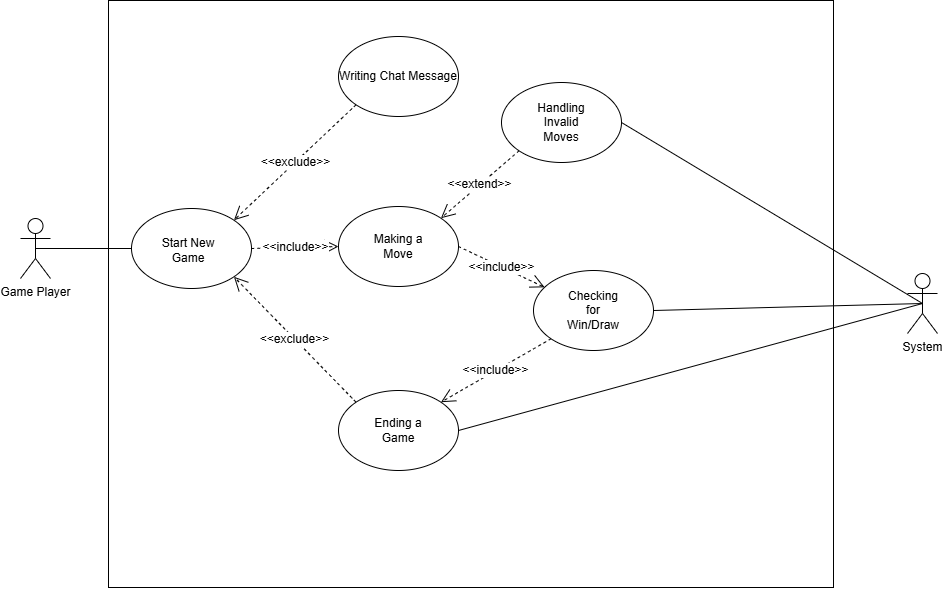
Earlier version of the draw.io export Game Logic Team Files/use_case_diagram_connect4.png (kelsierfin/BasicGamingPlatform). Source tidied: cells renumbered, new cells last; positions are measured from the earlier drawing's top-left corner, leaving out a move shared by most shapes. Source of this version:
```xml
<mxGraphModel>
  <root>
    <mxCell id="0" />
    <mxCell id="1" parent="0" />
    <mxCell id="2" style="rounded=0;whiteSpace=wrap;html=1;" parent="1" vertex="1">
      <mxGeometry x="88" width="725" height="587" as="geometry" />
    </mxCell>
    <mxCell id="3" value="Game Player" style="shape=umlActor;verticalLabelPosition=bottom;verticalAlign=top;html=1;outlineConnect=0;" parent="1" vertex="1">
      <mxGeometry y="218" width="30" height="60" as="geometry" />
    </mxCell>
    <mxCell id="4" style="endArrow=none;html=1;rounded=0;fontSize=12;startSize=8;endSize=8;curved=1;exitX=0.5;exitY=0.5;exitDx=0;exitDy=0;exitPerimeter=0;entryX=0;entryY=0.5;entryDx=0;entryDy=0;" parent="1" edge="1" source="3" target="9">
      <mxGeometry relative="1" as="geometry" />
    </mxCell>
    <mxCell id="5" style="group;" parent="1" vertex="1">
      <mxGeometry x="318" y="206" width="120" height="80" as="geometry" />
    </mxCell>
    <mxCell id="6" style="ellipse;whiteSpace=wrap;html=1;" parent="5" vertex="1">
      <mxGeometry width="120" height="80" as="geometry" />
    </mxCell>
    <mxCell id="7" value="Making a Move" style="text;html=1;align=center;verticalAlign=middle;whiteSpace=wrap;rounded=0;" parent="5" vertex="1">
      <mxGeometry x="30" y="25" width="60" height="30" as="geometry" />
    </mxCell>
    <mxCell id="8" style="group;" parent="1" vertex="1">
      <mxGeometry x="111" y="208" width="120" height="80" as="geometry" />
    </mxCell>
    <mxCell id="9" style="ellipse;whiteSpace=wrap;html=1;" parent="8" vertex="1">
      <mxGeometry width="120" height="80" as="geometry" />
    </mxCell>
    <mxCell id="10" value="Start New Game" style="text;html=1;align=center;verticalAlign=middle;whiteSpace=wrap;rounded=0;" parent="8" vertex="1">
      <mxGeometry x="27" y="27" width="60" height="30" as="geometry" />
    </mxCell>
    <mxCell id="11" style="group;" parent="1" vertex="1">
      <mxGeometry x="318" y="390" width="120" height="80" as="geometry" />
    </mxCell>
    <mxCell id="12" style="ellipse;whiteSpace=wrap;html=1;" parent="11" vertex="1">
      <mxGeometry width="120" height="80" as="geometry" />
    </mxCell>
    <mxCell id="13" value="Ending a Game" style="text;html=1;align=center;verticalAlign=middle;whiteSpace=wrap;rounded=0;" parent="11" vertex="1">
      <mxGeometry x="30" y="25" width="60" height="30" as="geometry" />
    </mxCell>
    <mxCell id="14" style="edgeStyle=none;curved=1;rounded=0;orthogonalLoop=1;jettySize=auto;html=1;exitX=0.5;exitY=1;exitDx=0;exitDy=0;fontSize=12;startSize=8;endSize=8;" parent="1" edge="1" source="2" target="2">
      <mxGeometry relative="1" as="geometry" />
    </mxCell>
    <mxCell id="15" value="&amp;lt;&amp;lt;include&amp;gt;&amp;gt;" style="endArrow=open;endSize=12;dashed=1;html=1;rounded=0;fontSize=12;curved=1;exitX=1;exitY=0.5;exitDx=0;exitDy=0;" parent="1" edge="1" source="6" target="17">
      <mxGeometry relative="1" as="geometry" />
    </mxCell>
    <mxCell id="16" style="group;" parent="1" vertex="1">
      <mxGeometry x="513" y="270" width="120" height="80" as="geometry" />
    </mxCell>
    <mxCell id="17" style="ellipse;whiteSpace=wrap;html=1;" parent="16" vertex="1">
      <mxGeometry width="120" height="80" as="geometry" />
    </mxCell>
    <mxCell id="18" value="Checking for Win/Draw" style="text;html=1;align=center;verticalAlign=middle;whiteSpace=wrap;rounded=0;" parent="16" vertex="1">
      <mxGeometry x="30" y="25" width="60" height="30" as="geometry" />
    </mxCell>
    <mxCell id="19" value="&amp;lt;&amp;lt;extend&amp;gt;&amp;gt;" style="endArrow=open;endSize=12;dashed=1;html=1;rounded=0;fontSize=12;curved=1;entryX=1;entryY=0;entryDx=0;entryDy=0;exitX=0;exitY=1;exitDx=0;exitDy=0;" parent="1" edge="1" source="21" target="6">
      <mxGeometry relative="1" as="geometry" />
    </mxCell>
    <mxCell id="20" style="group;" parent="1" vertex="1">
      <mxGeometry x="481" y="82" width="120" height="80" as="geometry" />
    </mxCell>
    <mxCell id="21" style="ellipse;whiteSpace=wrap;html=1;" parent="20" vertex="1">
      <mxGeometry width="120" height="80" as="geometry" />
    </mxCell>
    <mxCell id="22" value="Handling Invalid Moves" style="text;html=1;align=center;verticalAlign=middle;whiteSpace=wrap;rounded=0;" parent="20" vertex="1">
      <mxGeometry x="30" y="25" width="60" height="30" as="geometry" />
    </mxCell>
    <mxCell id="23" value="System" style="shape=umlActor;verticalLabelPosition=bottom;verticalAlign=top;html=1;outlineConnect=0;" parent="1" vertex="1">
      <mxGeometry x="887" y="273" width="30" height="60" as="geometry" />
    </mxCell>
    <mxCell id="24" style="endArrow=none;html=1;rounded=0;fontSize=12;startSize=8;endSize=8;curved=1;exitX=0.5;exitY=0.5;exitDx=0;exitDy=0;exitPerimeter=0;entryX=1;entryY=0.5;entryDx=0;entryDy=0;" parent="1" edge="1" source="23" target="17">
      <mxGeometry relative="1" as="geometry" />
    </mxCell>
    <mxCell id="25" style="endArrow=none;html=1;rounded=0;fontSize=12;startSize=8;endSize=8;curved=1;entryX=0.5;entryY=0.5;entryDx=0;entryDy=0;entryPerimeter=0;exitX=1;exitY=0.5;exitDx=0;exitDy=0;" parent="1" edge="1" source="12" target="23">
      <mxGeometry relative="1" as="geometry" />
    </mxCell>
    <mxCell id="26" value="Writing Chat Message" style="ellipse;whiteSpace=wrap;html=1;" parent="1" vertex="1">
      <mxGeometry x="318" y="36" width="120" height="80" as="geometry" />
    </mxCell>
    <mxCell id="27" style="endArrow=none;html=1;rounded=0;fontSize=12;startSize=8;endSize=8;curved=1;entryX=1;entryY=0.5;entryDx=0;entryDy=0;exitX=0.5;exitY=0.5;exitDx=0;exitDy=0;exitPerimeter=0;" parent="1" edge="1" source="23" target="21">
      <mxGeometry relative="1" as="geometry" />
    </mxCell>
    <mxCell id="28" value="&amp;lt;&amp;lt;include&amp;gt;&amp;gt;" style="endArrow=open;endSize=12;dashed=1;html=1;rounded=0;fontSize=12;curved=1;exitX=0;exitY=1;exitDx=0;exitDy=0;entryX=1;entryY=0;entryDx=0;entryDy=0;" parent="1" edge="1" source="17" target="12">
      <mxGeometry relative="1" as="geometry" />
    </mxCell>
    <mxCell id="29" value="&amp;lt;&amp;lt;include&amp;gt;&amp;gt;" style="endArrow=open;endSize=12;dashed=1;html=1;rounded=0;fontSize=12;curved=1;exitX=1;exitY=0.5;exitDx=0;exitDy=0;entryX=0;entryY=0.5;entryDx=0;entryDy=0;" parent="1" edge="1" source="9" target="6">
      <mxGeometry relative="1" as="geometry" />
    </mxCell>
    <mxCell id="30" value="&amp;lt;&amp;lt;exclude&amp;gt;&amp;gt;" style="endArrow=open;endSize=12;dashed=1;html=1;rounded=0;fontSize=12;curved=1;entryX=1;entryY=0;entryDx=0;entryDy=0;exitX=0;exitY=1;exitDx=0;exitDy=0;" parent="1" edge="1" source="26" target="9">
      <mxGeometry relative="1" as="geometry" />
    </mxCell>
    <mxCell id="31" value="&amp;lt;&amp;lt;exclude&amp;gt;&amp;gt;" style="endArrow=open;endSize=12;dashed=1;html=1;rounded=0;fontSize=12;curved=1;entryX=1;entryY=1;entryDx=0;entryDy=0;exitX=0;exitY=0;exitDx=0;exitDy=0;" parent="1" edge="1" source="12" target="9">
      <mxGeometry relative="1" as="geometry" />
    </mxCell>
  </root>
</mxGraphModel>
```
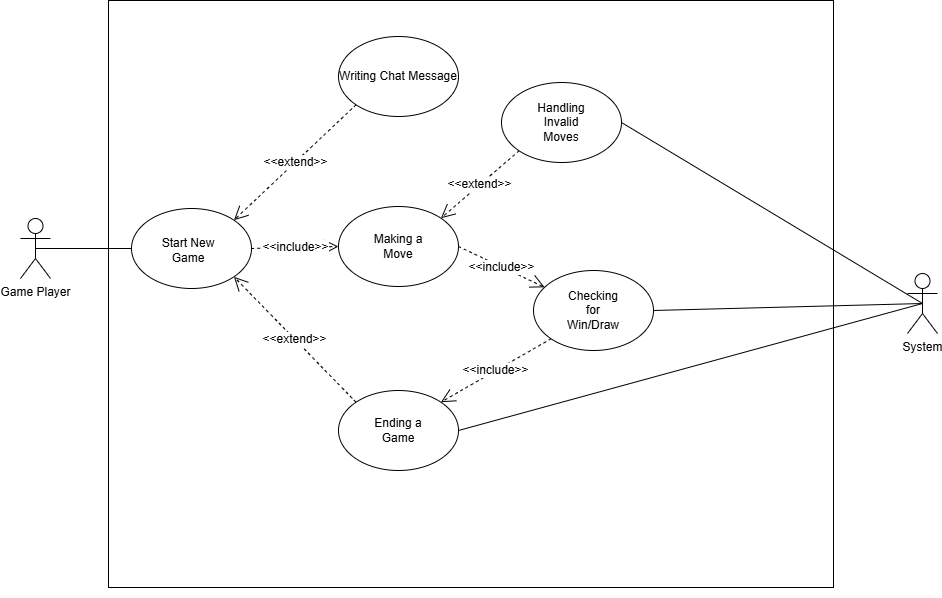
After the commit.

Commit message:
Replaced use_case_diagram_connect4.png with a corrected diagram.

Change to the diagram source:
```diff
@@ -86,10 +86,10 @@
     <mxCell id="29" value="&amp;lt;&amp;lt;include&amp;gt;&amp;gt;" style="endArrow=open;endSize=12;dashed=1;html=1;rounded=0;fontSize=12;curved=1;exitX=1;exitY=0.5;exitDx=0;exitDy=0;entryX=0;entryY=0.5;entryDx=0;entryDy=0;" parent="1" edge="1" source="9" target="6">
       <mxGeometry relative="1" as="geometry" />
     </mxCell>
-    <mxCell id="30" value="&amp;lt;&amp;lt;exclude&amp;gt;&amp;gt;" style="endArrow=open;endSize=12;dashed=1;html=1;rounded=0;fontSize=12;curved=1;entryX=1;entryY=0;entryDx=0;entryDy=0;exitX=0;exitY=1;exitDx=0;exitDy=0;" parent="1" edge="1" source="26" target="9">
+    <mxCell id="30" value="&amp;lt;&amp;lt;extend&amp;gt;&amp;gt;" style="endArrow=open;endSize=12;dashed=1;html=1;rounded=0;fontSize=12;curved=1;entryX=1;entryY=0;entryDx=0;entryDy=0;exitX=0;exitY=1;exitDx=0;exitDy=0;" parent="1" edge="1" source="26" target="9">
       <mxGeometry relative="1" as="geometry" />
     </mxCell>
-    <mxCell id="31" value="&amp;lt;&amp;lt;exclude&amp;gt;&amp;gt;" style="endArrow=open;endSize=12;dashed=1;html=1;rounded=0;fontSize=12;curved=1;entryX=1;entryY=1;entryDx=0;entryDy=0;exitX=0;exitY=0;exitDx=0;exitDy=0;" parent="1" edge="1" source="12" target="9">
+    <mxCell id="31" value="&amp;lt;&amp;lt;extend&amp;gt;&amp;gt;" style="endArrow=open;endSize=12;dashed=1;html=1;rounded=0;fontSize=12;curved=1;entryX=1;entryY=1;entryDx=0;entryDy=0;exitX=0;exitY=0;exitDx=0;exitDy=0;" parent="1" edge="1" source="12" target="9">
       <mxGeometry relative="1" as="geometry" />
     </mxCell>
   </root>
```
